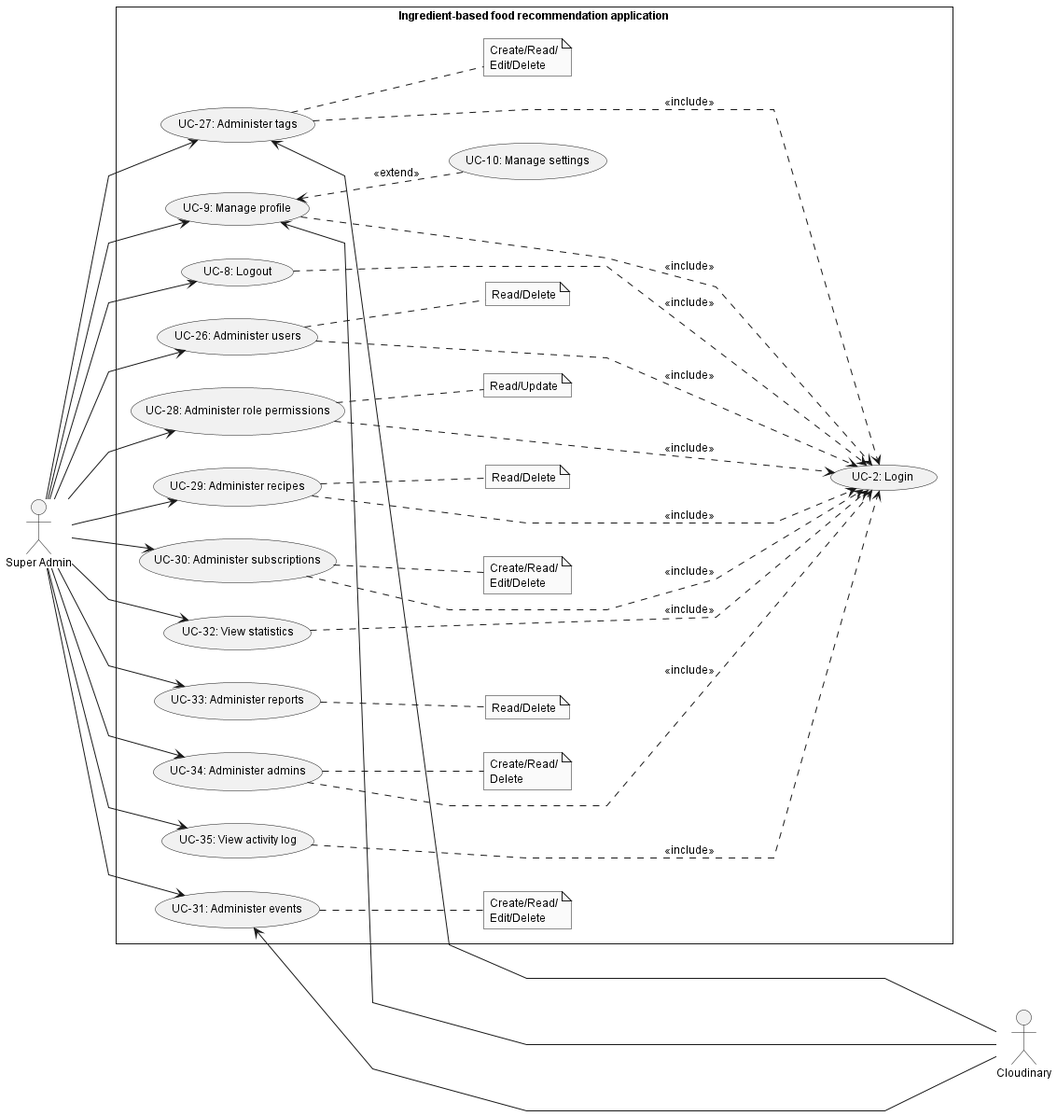
The PlantUML diagram doc/SRS/Usecase/SuperAdminUsecase/SuperAdminUsecase.png in Carl-Johnsons/tastopia, before a commit.
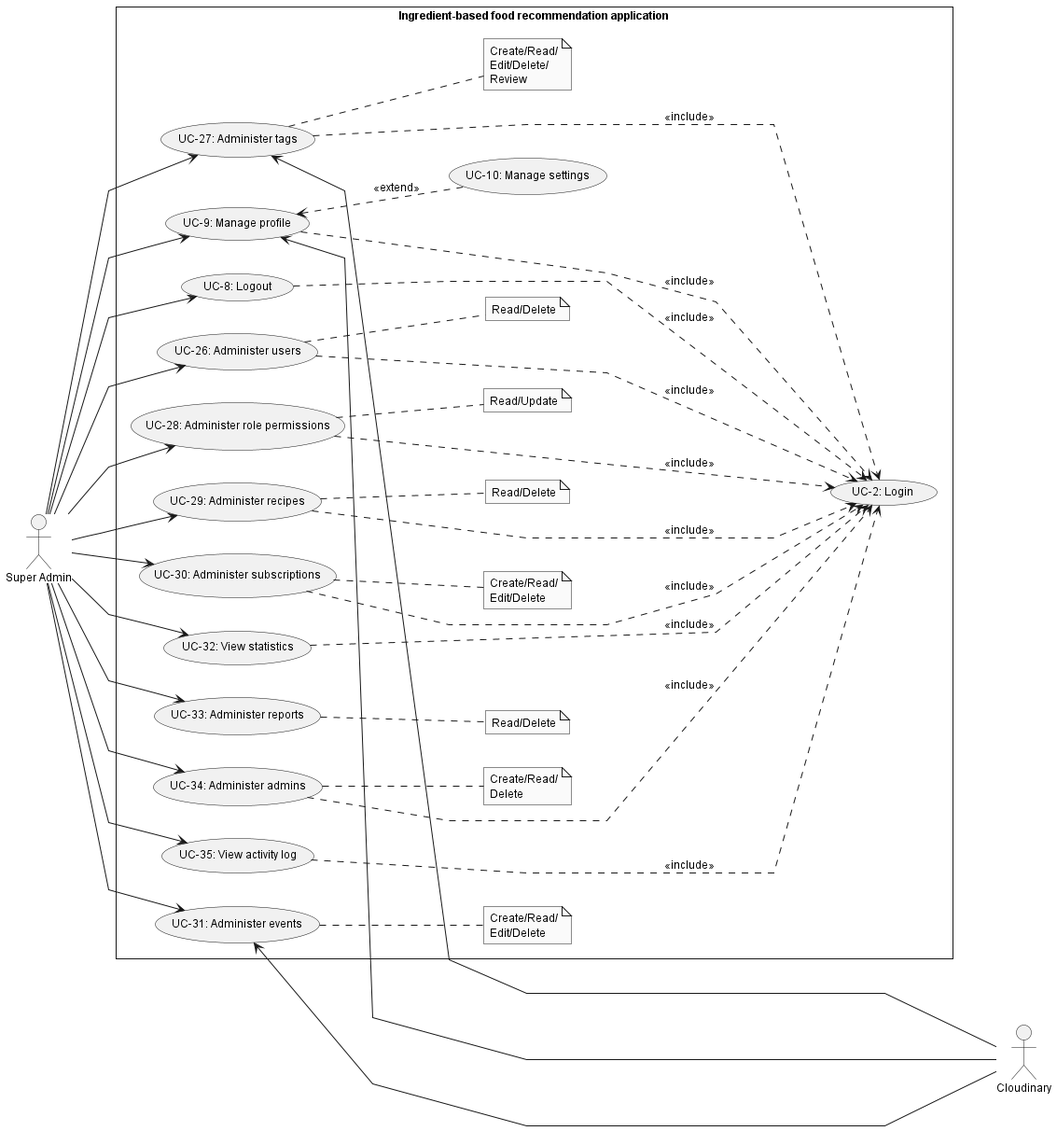
The same file after the commit.

Commit message:
doc: update super admin use case

Diff of the diagram source:
```diff
@@ -26,7 +26,7 @@
 
     note "Read/Delete" as noteAdmUser
     note "Read/Delete" as noteAdmRecipe
-    note "Create/Read/\nEdit/Delete" as noteAdmTag
+    note "Create/Read/\nEdit/Delete/\nReview" as noteAdmTag
     note "Create/Read/\nEdit/Delete" as noteAdmSubcipt
     note "Create/Read/\nEdit/Delete" as noteAdmEvent
     note "Create/Read/\nDelete" as noteAdmAdmin
```
